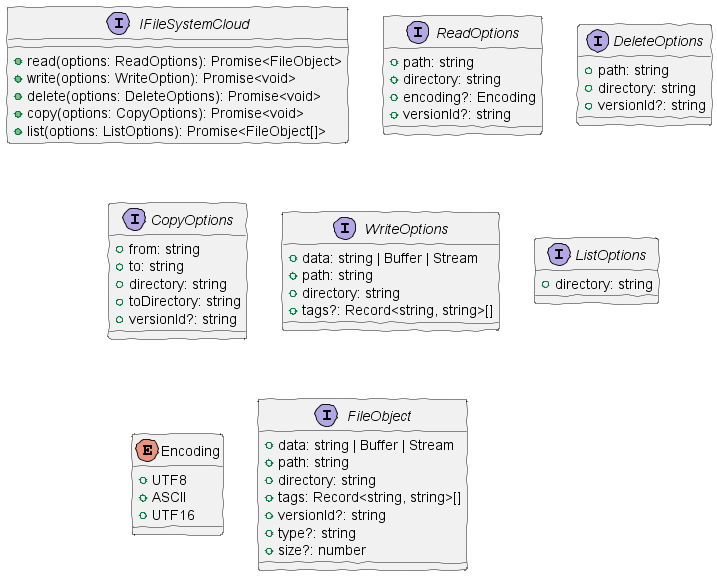
Before: documents/CLASS-DIAGRAM.png, a diagram exported from PlantUML (chantharamanee-prat/fsc).
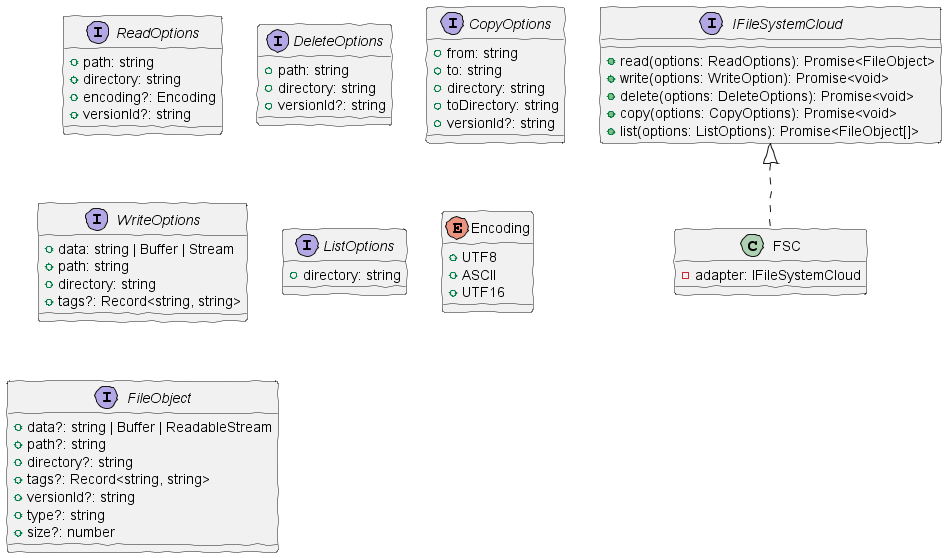
The same diagram one commit later.

Commit message:
chore(types): Updating types & diagram.

What changed in the source:
```diff
@@ -33,7 +33,7 @@
  +data: string | Buffer | Stream
  +path: string
  +directory: string
- +tags?: Record<string, string>[]
+ +tags?: Record<string, string>
 }
 
 interface ListOptions {
@@ -47,12 +47,17 @@
 }
 
 interface FileObject {
- +data: string | Buffer | Stream
- +path: string
- +directory: string
- +tags: Record<string, string>[]
+ +data?: string | Buffer | ReadableStream
+ +path?: string
+ +directory?: string
+ +tags?: Record<string, string>
  +versionId?: string
  +type?: string
  +size?: number
 }
+
+class FSC implements IFileSystemCloud {
+ -adapter: IFileSystemCloud
+}
+
 @enduml
```
